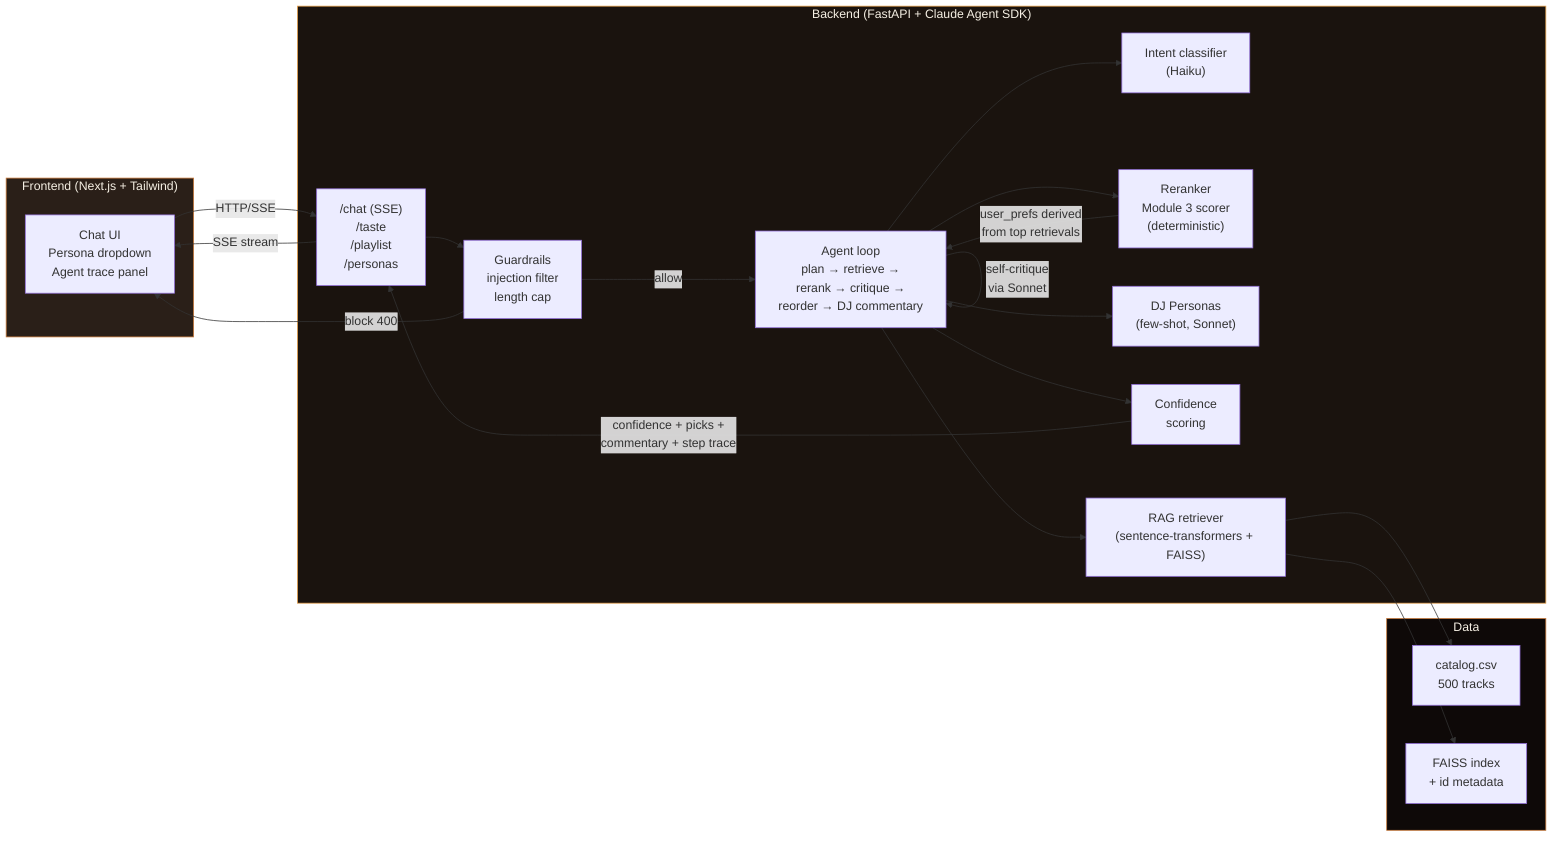
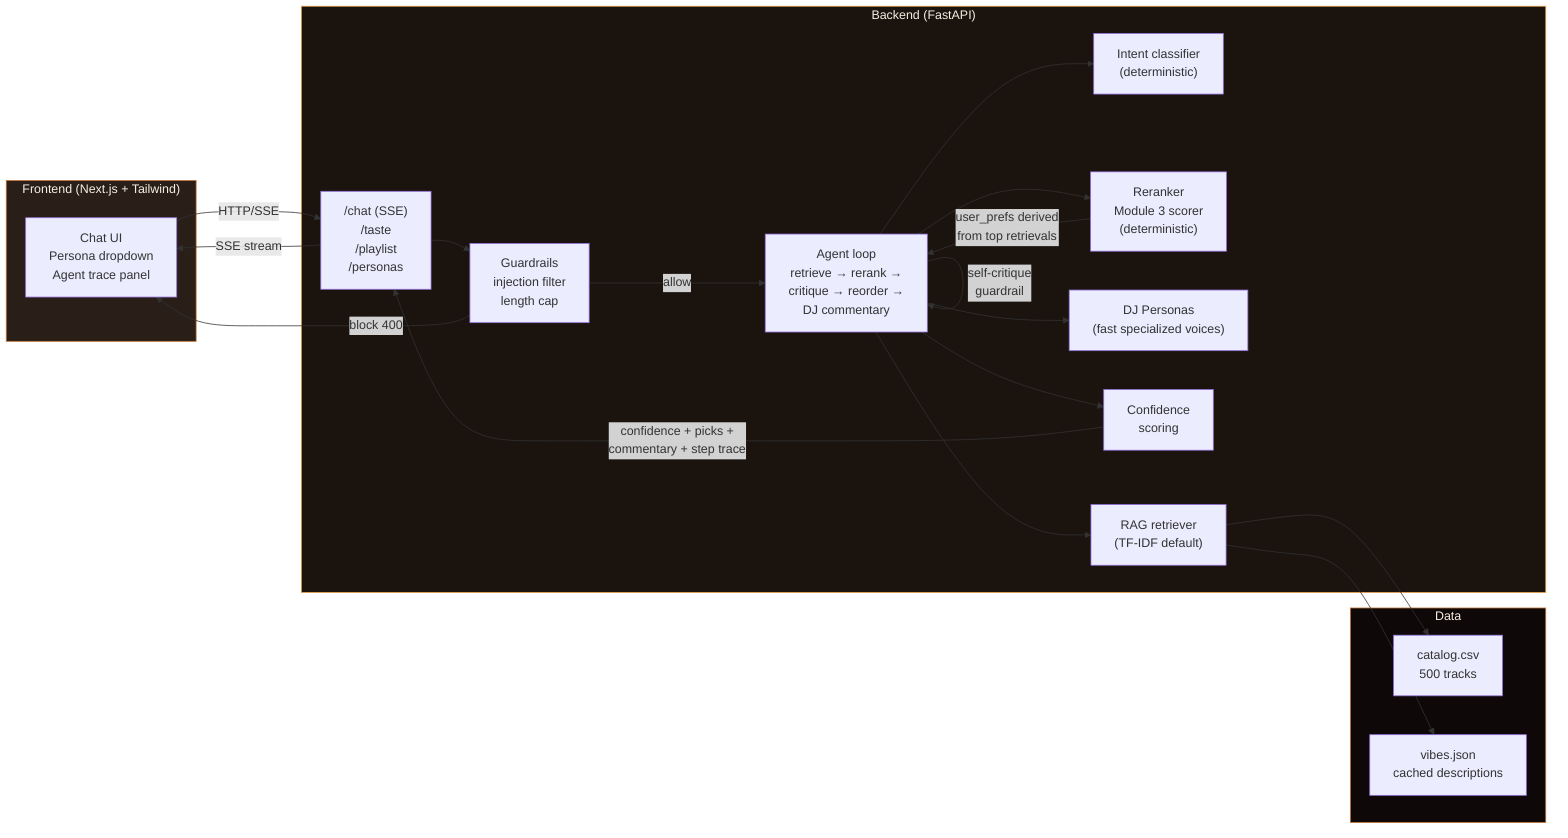
flowchart LR
    subgraph FE["Frontend (Next.js + Tailwind)"]
        UI["Chat UI<br/>Persona dropdown<br/>Agent trace panel"]
    end

-     subgraph BE["Backend (FastAPI + Claude Agent SDK)"]
+     subgraph BE["Backend (FastAPI)"]
        API["/chat (SSE)<br/>/taste<br/>/playlist<br/>/personas"]
        GUARD["Guardrails<br/>injection filter<br/>length cap"]
-         AGENT["Agent loop<br/>plan → retrieve →<br/>rerank → critique →<br/>reorder → DJ commentary"]
-         INTENT["Intent classifier<br/>(Haiku)"]
-         RAG["RAG retriever<br/>(sentence-transformers + FAISS)"]
+         AGENT["Agent loop<br/>retrieve → rerank →<br/>critique → reorder →<br/>DJ commentary"]
+         INTENT["Intent classifier<br/>(deterministic)"]
+         RAG["RAG retriever<br/>(TF-IDF default)"]
        RERANK["Reranker<br/>Module 3 scorer<br/>(deterministic)"]
-         PERSONA["DJ Personas<br/>(few-shot, Sonnet)"]
+         PERSONA["DJ Personas<br/>(fast specialized voices)"]
        CONF["Confidence<br/>scoring"]
    end

    subgraph DATA["Data"]
        CSV["catalog.csv<br/>500 tracks"]
-         IDX["FAISS index<br/>+ id metadata"]
+         VIBES["vibes.json<br/>cached descriptions"]
    end

    UI -->|HTTP/SSE| API
    API --> GUARD
    GUARD -->|allow| AGENT
    GUARD -->|block 400| UI
    AGENT --> INTENT
    AGENT --> RAG
    RAG --> CSV
-     RAG --> IDX
+     RAG --> VIBES
    AGENT --> RERANK
    RERANK -->|user_prefs derived<br/>from top retrievals| AGENT
-     AGENT -->|self-critique<br/>via Sonnet| AGENT
+     AGENT -->|self-critique<br/>guardrail| AGENT
    AGENT --> PERSONA
    AGENT --> CONF
    CONF -->|confidence + picks +<br/>commentary + step trace| API
    API -->|SSE stream| UI

    classDef frontend fill:#2A1F18,stroke:#C97939,color:#F5EFE3;
    classDef backend fill:#1A130E,stroke:#E8A14A,color:#F5EFE3;
    classDef data fill:#0E0908,stroke:#C97939,color:#F5EFE3;
    class FE frontend
    class BE backend
    class DATA data
